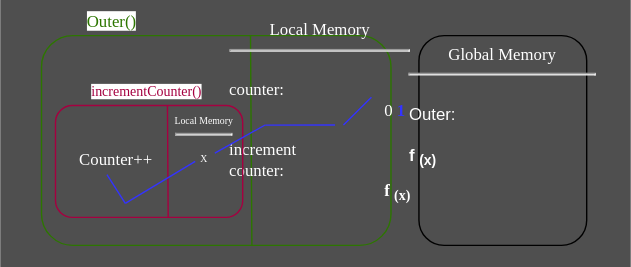
Before: assets/closureDiagram.drawio.svg, a diagram exported from draw.io (RichardSchwarcz/notes). Source tidied: cells renumbered, new cells last; positions are measured from the earlier drawing's top-left corner, leaving out a move shared by most shapes.
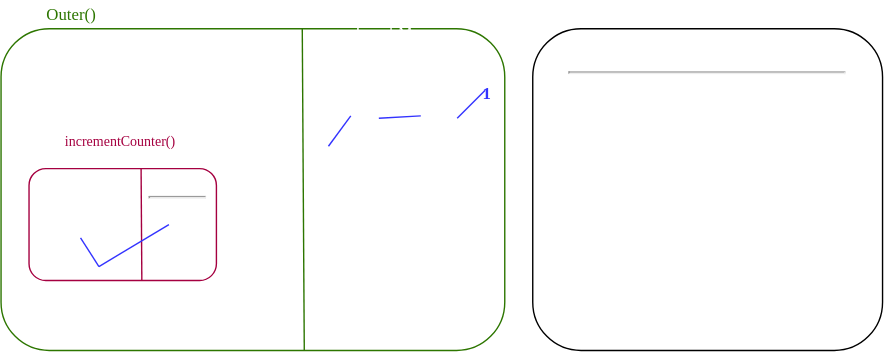
The same diagram one commit later.

Change to the diagram source:
```diff
@@ -2,23 +2,20 @@
   <root>
     <mxCell id="0" />
     <mxCell id="1" parent="0" />
-    <mxCell id="2" style="whiteSpace=wrap;html=1;labelBackgroundColor=none;fontFamily=Verdana;fontSize=10;fontColor=#3333FF;strokeColor=#4F4F4F;fillColor=#4F4F4F;" parent="1" vertex="1">
-      <mxGeometry width="450" height="190" as="geometry" />
-    </mxCell>
-    <mxCell id="3" value="&lt;font face=&quot;Verdana&quot;&gt;Global Memory&lt;/font&gt;&lt;hr&gt;&lt;br&gt;&lt;div style=&quot;text-align: left&quot;&gt;&lt;span&gt;Outer:&amp;nbsp;&lt;span style=&quot;white-space: pre&quot;&gt;&#9;&lt;/span&gt;&lt;b&gt;f&lt;sub&gt;(x)&lt;/sub&gt;&lt;/b&gt;&lt;/span&gt;&lt;/div&gt;&lt;font face=&quot;Verdana&quot;&gt;&lt;br&gt;&lt;br&gt;&lt;/font&gt;" style="rounded=1;whiteSpace=wrap;html=1;labelBackgroundColor=none;fontColor=#FFFFFF;fillColor=none;horizontal=1;verticalAlign=top;" parent="1" vertex="1">
-      <mxGeometry x="299" y="25" width="120" height="150" as="geometry" />
+    <mxCell id="3" value="&lt;font face=&quot;Verdana&quot; style=&quot;font-size: 14px&quot;&gt;Global Memory&lt;/font&gt;&lt;hr style=&quot;font-size: 14px&quot;&gt;&lt;font style=&quot;font-size: 14px&quot;&gt;&lt;br&gt;&lt;/font&gt;&lt;div style=&quot;text-align: left ; font-size: 14px&quot;&gt;&lt;span&gt;&lt;font style=&quot;font-size: 14px&quot;&gt;Outer:&amp;nbsp;&lt;span style=&quot;white-space: pre&quot;&gt;&#9;&lt;/span&gt;&lt;b&gt;f&lt;sub&gt;(x)&lt;/sub&gt;&lt;/b&gt;&lt;/font&gt;&lt;/span&gt;&lt;/div&gt;&lt;font face=&quot;Verdana&quot; style=&quot;font-size: 14px&quot;&gt;&lt;font style=&quot;font-size: 14px&quot;&gt;&lt;br&gt;&lt;/font&gt;&lt;br&gt;&lt;/font&gt;" style="rounded=1;whiteSpace=wrap;html=1;labelBackgroundColor=none;fontColor=#FFFFFF;fillColor=none;horizontal=1;verticalAlign=top;" parent="1" vertex="1">
+      <mxGeometry x="299" y="25" width="250" height="230" as="geometry" />
     </mxCell>
     <mxCell id="4" style="rounded=1;whiteSpace=wrap;html=1;labelBackgroundColor=none;fontFamily=Verdana;fontColor=#ffffff;fillColor=none;spacing=3;strokeColor=#2D7600;" parent="1" vertex="1">
-      <mxGeometry x="29" y="25" width="250" height="150" as="geometry" />
+      <mxGeometry x="-81" y="25" width="360" height="230" as="geometry" />
     </mxCell>
     <mxCell id="5" style="endArrow=none;html=1;fontFamily=Verdana;fontColor=#FFFFFF;exitX=0.602;exitY=1.001;exitDx=0;exitDy=0;entryX=0.598;entryY=0.001;entryDx=0;entryDy=0;exitPerimeter=0;entryPerimeter=0;fillColor=#60a917;strokeColor=#2D7600;" parent="1" edge="1" source="4" target="4">
       <mxGeometry relative="1" as="geometry" />
     </mxCell>
-    <mxCell id="6" value="Local Memory&lt;br&gt;&lt;hr&gt;&lt;br&gt;&lt;div style=&quot;text-align: left&quot;&gt;counter:&lt;span style=&quot;white-space: pre&quot;&gt;&#9;&lt;/span&gt;0&amp;nbsp;&lt;b&gt; &lt;font color=&quot;#3333ff&quot;&gt;1&lt;/font&gt;&lt;/b&gt;&lt;/div&gt;&lt;div style=&quot;text-align: left&quot;&gt;&lt;span&gt;&lt;b&gt;&lt;br&gt;&lt;/b&gt;&lt;/span&gt;&lt;/div&gt;&lt;div style=&quot;text-align: left&quot;&gt;&lt;span&gt;increment&lt;/span&gt;&lt;/div&gt;&lt;div style=&quot;text-align: left&quot;&gt;counter:&amp;nbsp;&lt;span style=&quot;white-space: pre&quot;&gt;&#9;&lt;/span&gt;&lt;b&gt;f&lt;sub&gt;(x)&lt;/sub&gt;&lt;/b&gt;&lt;/div&gt;" style="text;html=1;align=center;verticalAlign=middle;points=[];strokeColor=none;fillColor=none;fontFamily=Verdana;fontColor=#FFFFFF;" parent="1" vertex="1">
-      <mxGeometry x="173" y="25" width="110" height="110" as="geometry" />
+    <mxCell id="6" value="Local Memory&lt;br&gt;&lt;br&gt;&lt;div style=&quot;text-align: left&quot;&gt;counter:&lt;span style=&quot;white-space: pre&quot;&gt;&#9;&lt;/span&gt;0&amp;nbsp;&lt;b&gt; &lt;font color=&quot;#3333ff&quot;&gt;1&lt;/font&gt;&lt;/b&gt;&lt;/div&gt;&lt;div style=&quot;text-align: left&quot;&gt;&lt;span&gt;&lt;b&gt;&lt;br&gt;&lt;/b&gt;&lt;/span&gt;&lt;/div&gt;&lt;div style=&quot;text-align: left&quot;&gt;&lt;span&gt;increment&lt;/span&gt;&lt;/div&gt;&lt;div style=&quot;text-align: left&quot;&gt;counter:&amp;nbsp;&lt;span style=&quot;white-space: pre&quot;&gt;&#9;&lt;/span&gt;&lt;b&gt;f&lt;sub&gt;(x)&lt;/sub&gt;&lt;/b&gt;&lt;/div&gt;" style="text;html=1;align=center;verticalAlign=middle;points=[];strokeColor=none;fillColor=none;fontFamily=Verdana;fontColor=#FFFFFF;" parent="1" vertex="1">
+      <mxGeometry x="153" y="35" width="110" height="90" as="geometry" />
     </mxCell>
     <mxCell id="7" style="group;fillColor=none;" parent="1" vertex="1">
-      <mxGeometry x="39" y="75" width="154.1" height="80" as="geometry" />
+      <mxGeometry x="-61" y="125" width="154.1" height="80" as="geometry" />
     </mxCell>
     <mxCell id="8" style="group;" parent="7" vertex="1">
       <mxGeometry width="154.1" height="80" as="geometry" />
@@ -42,10 +39,10 @@
       <mxGeometry relative="1" as="geometry" />
     </mxCell>
     <mxCell id="15" value="&lt;font style=&quot;font-size: 12px ; background-color: rgb(255 , 255 , 255)&quot; color=&quot;#2d7600&quot;&gt;Outer()&lt;/font&gt;" style="text;html=1;align=center;verticalAlign=middle;strokeColor=none;fillColor=none;fontSize=7;fontFamily=Verdana;fontColor=#FFFFFF;" parent="1" vertex="1">
-      <mxGeometry x="49" y="5" width="60" height="20" as="geometry" />
+      <mxGeometry x="-61" y="5" width="60" height="20" as="geometry" />
     </mxCell>
     <mxCell id="16" value="&lt;font style=&quot;font-size: 10px ; background-color: rgb(255 , 255 , 255)&quot;&gt;incrementCounter()&lt;/font&gt;" style="text;html=1;align=center;verticalAlign=middle;strokeColor=none;fillColor=none;fontSize=7;fontFamily=Verdana;fontColor=#A50040;" parent="1" vertex="1">
-      <mxGeometry x="49" y="55" width="110" height="20" as="geometry" />
+      <mxGeometry x="-51" y="95" width="110" height="20" as="geometry" />
     </mxCell>
     <mxCell id="17" style="endArrow=none;html=1;fontFamily=Verdana;fontSize=10;fontColor=#A50040;strokeColor=#3333FF;" parent="1" edge="1">
       <mxGeometry relative="1" as="geometry">
```
